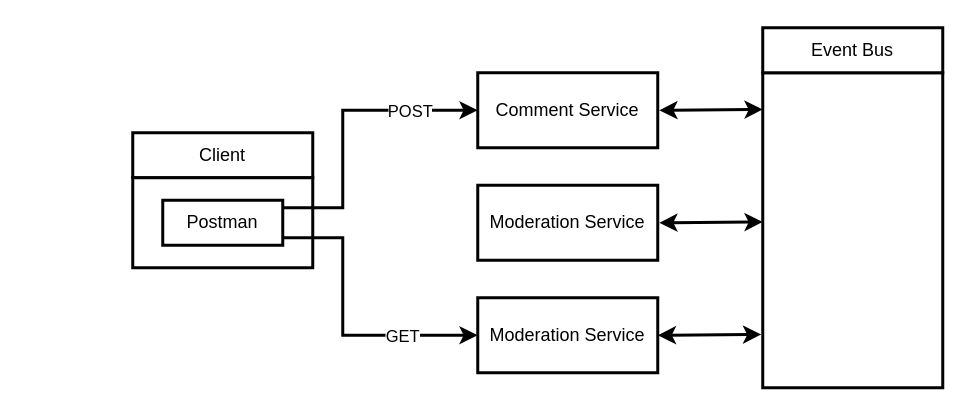
louissaadgo/comments-microservices keeps this draw.io diagram as Design.drawio. Above is the earlier version. Source tidied: cells renumbered, new cells numbered last; positions are measured from the earlier drawing's top-left corner, leaving out a move shared by most shapes. Both pictures are drawn from the tidied source at 150%, with x=0, y=0 at pixel (132, 27).
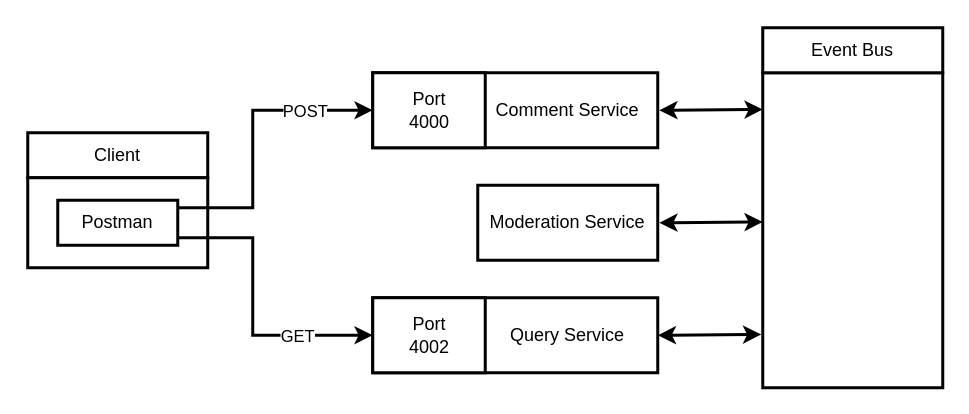
The same diagram, later.

Commit message (it also covers changes not shown here):
Added query service

What changed in the source:
```diff
@@
     <mxCell id="2" style="rounded=0;whiteSpace=wrap;html=1;strokeWidth=2;" parent="1" vertex="1">
-      <mxGeometry y="70" width="120" height="30" as="geometry" />
+      <mxGeometry x="-70" y="70" width="120" height="30" as="geometry" />
     </mxCell>
     <mxCell id="3" value="Client" style="text;html=1;strokeColor=none;fillColor=none;align=center;verticalAlign=middle;whiteSpace=wrap;rounded=0;" parent="1" vertex="1">
-      <mxGeometry x="40" y="75" width="40" height="20" as="geometry" />
+      <mxGeometry x="-30" y="75" width="40" height="20" as="geometry" />
     </mxCell>
     <mxCell id="4" style="rounded=0;whiteSpace=wrap;html=1;strokeWidth=2;" parent="1" vertex="1">
-      <mxGeometry y="100" width="120" height="60" as="geometry" />
+      <mxGeometry x="-70" y="100" width="120" height="60" as="geometry" />
     </mxCell>
     <mxCell id="5" style="rounded=0;whiteSpace=wrap;html=1;strokeWidth=2;" parent="1" vertex="1">
-      <mxGeometry x="20" y="115" width="80" height="30" as="geometry" />
+      <mxGeometry x="-50" y="115" width="80" height="30" as="geometry" />
     </mxCell>
     <mxCell id="6" style="rounded=0;whiteSpace=wrap;html=1;strokeWidth=2;" parent="1" vertex="1">
-      <mxGeometry x="230" y="30" width="120" height="50" as="geometry" />
+      <mxGeometry x="160" y="30" width="190" height="50" as="geometry" />
     </mxCell>
@@
     <mxCell id="10" style="rounded=0;whiteSpace=wrap;html=1;strokeWidth=2;" parent="1" vertex="1">
-      <mxGeometry x="230" y="180" width="120" height="50" as="geometry" />
+      <mxGeometry x="160" y="180" width="190" height="50" as="geometry" />
     </mxCell>
-    <mxCell id="11" value="Moderation Service" style="text;html=1;strokeColor=none;fillColor=none;align=center;verticalAlign=middle;whiteSpace=wrap;rounded=0;" parent="1" vertex="1">
+    <mxCell id="11" value="Query Service" style="text;html=1;strokeColor=none;fillColor=none;align=center;verticalAlign=middle;whiteSpace=wrap;rounded=0;" parent="1" vertex="1">
       <mxGeometry x="235" y="195" width="110" height="20" as="geometry" />
     </mxCell>
     <mxCell id="12" style="edgeStyle=orthogonalEdgeStyle;rounded=0;jettySize=auto;html=1;exitX=1;exitY=0;exitDx=0;exitDy=0;entryX=0;entryY=0.5;entryDx=0;entryDy=0;strokeWidth=2;" parent="1" edge="1" source="16" target="6">
       <mxGeometry relative="1" as="geometry">
         <Array as="points">
-          <mxPoint x="140" y="120" />
-          <mxPoint x="140" y="55" />
+          <mxPoint x="80" y="120" />
+          <mxPoint x="80" y="55" />
         </Array>
       </mxGeometry>
     </mxCell>
@@
     <mxCell id="14" style="edgeStyle=orthogonalEdgeStyle;rounded=0;jettySize=auto;html=1;exitX=1;exitY=1;exitDx=0;exitDy=0;entryX=0;entryY=0.5;entryDx=0;entryDy=0;strokeWidth=2;" parent="1" edge="1" source="16" target="10">
       <mxGeometry relative="1" as="geometry">
         <Array as="points">
-          <mxPoint x="140" y="140" />
-          <mxPoint x="140" y="205" />
+          <mxPoint x="80" y="140" />
+          <mxPoint x="80" y="205" />
         </Array>
       </mxGeometry>
     </mxCell>
@@
     <mxCell id="16" value="Postman" style="text;html=1;strokeColor=none;fillColor=none;align=center;verticalAlign=middle;whiteSpace=wrap;rounded=0;" parent="1" vertex="1">
-      <mxGeometry x="20" y="120" width="80" height="20" as="geometry" />
+      <mxGeometry x="-50" y="120" width="80" height="20" as="geometry" />
     </mxCell>
@@
+    <mxCell id="23" style="rounded=0;whiteSpace=wrap;html=1;strokeWidth=2;" parent="1" vertex="1">
+      <mxGeometry x="160" y="30" width="75" height="50" as="geometry" />
+    </mxCell>
+    <mxCell id="24" style="rounded=0;whiteSpace=wrap;html=1;strokeWidth=2;" parent="1" vertex="1">
+      <mxGeometry x="160" y="180" width="75" height="50" as="geometry" />
+    </mxCell>
+    <mxCell id="25" value="Port 4000" style="text;html=1;strokeColor=none;fillColor=none;align=center;verticalAlign=middle;whiteSpace=wrap;rounded=0;" parent="1" vertex="1">
+      <mxGeometry x="178" y="45" width="40" height="20" as="geometry" />
+    </mxCell>
+    <mxCell id="26" value="Port 4002" style="text;html=1;strokeColor=none;fillColor=none;align=center;verticalAlign=middle;whiteSpace=wrap;rounded=0;" parent="1" vertex="1">
+      <mxGeometry x="178" y="195" width="40" height="20" as="geometry" />
+    </mxCell>
```
